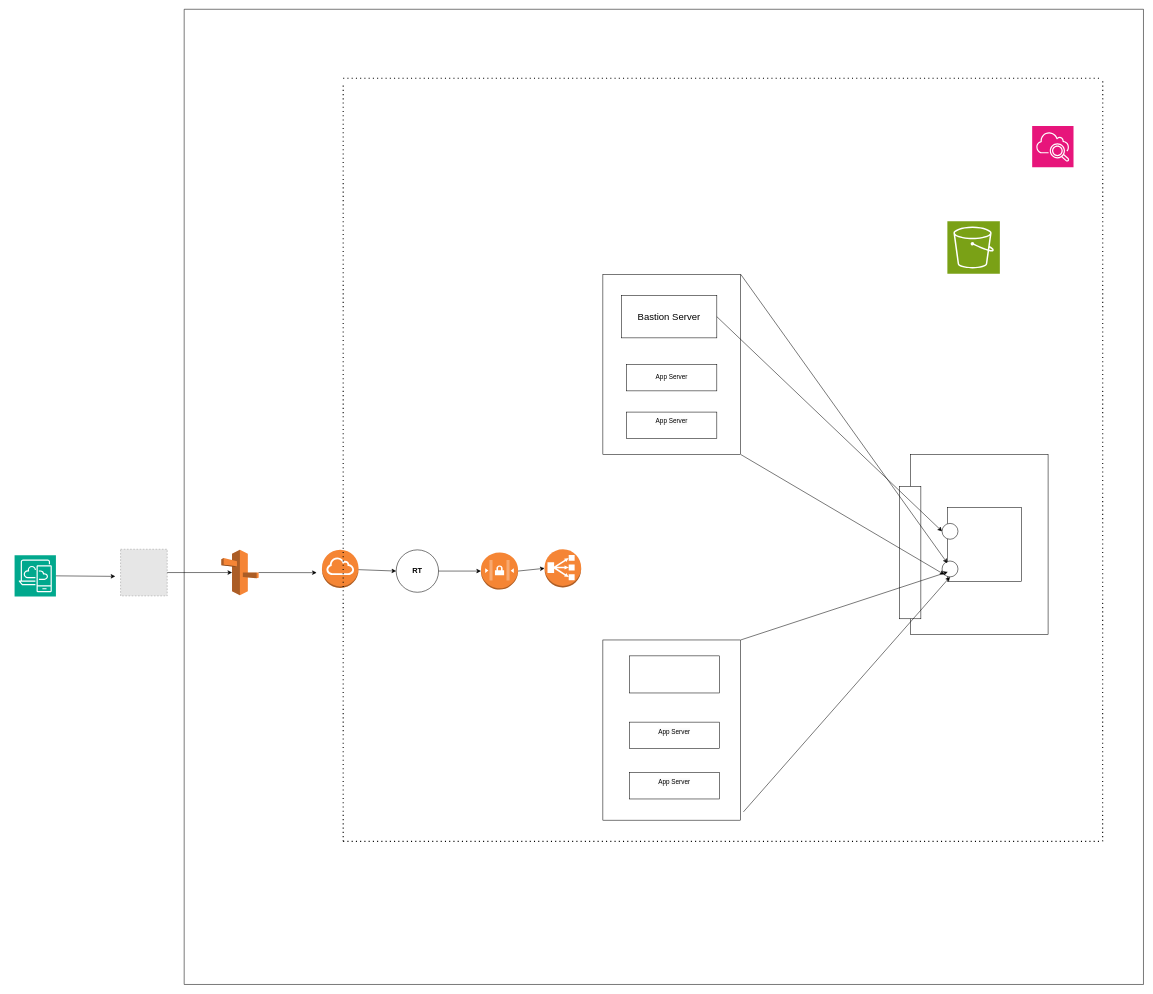
The draw.io diagram VPC Configuration.drawio in Saurav1805/Sushant, before the edit. Source tidied: cells renumbered, new cells numbered last; positions are measured from the earlier drawing's top-left corner, leaving out a move shared by most shapes. Both pictures are drawn from the tidied source at 53%, with x=0, y=0 at pixel (14, 9). Pictures stored in the file or linked from it are replaced by grey dashed boxes.
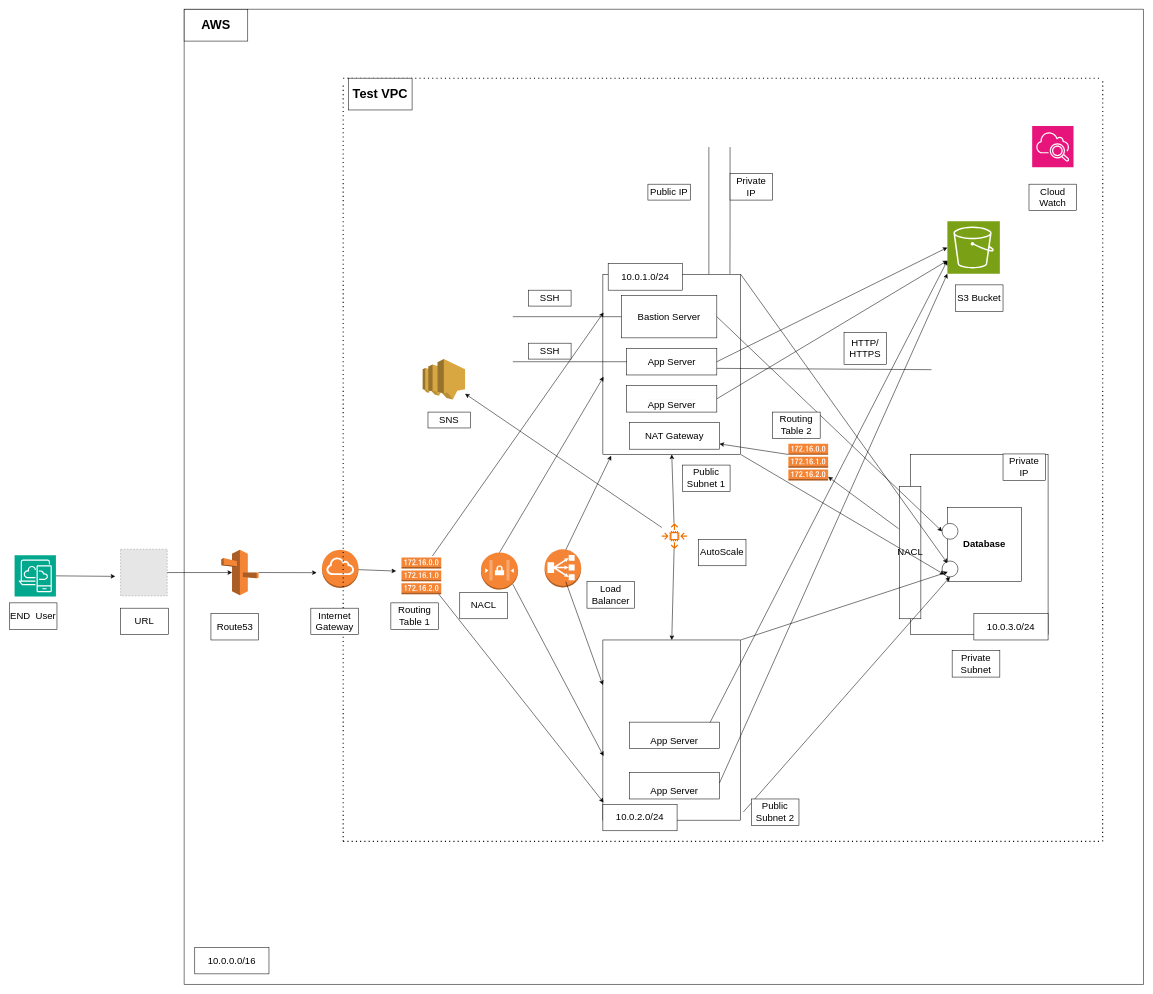
Above is the later version.

The change refers to these unchanged cells:
```xml
<mxCell id="5" style="outlineConnect=0;dashed=0;verticalLabelPosition=bottom;verticalAlign=top;align=center;html=1;shape=mxgraph.aws3.internet_gateway;fillColor=#F58534;gradientColor=none;" parent="1" vertex="1">
  <mxGeometry x="580" y="1020" width="69" height="72" as="geometry" />
</mxCell>
<mxCell id="9" style="outlineConnect=0;dashed=0;verticalLabelPosition=bottom;verticalAlign=top;align=center;html=1;shape=mxgraph.aws3.network_access_controllist;fillColor=#F58534;gradientColor=none;" parent="1" vertex="1">
  <mxGeometry x="880" y="1025" width="70" height="70" as="geometry" />
</mxCell>
<mxCell id="10" style="outlineConnect=0;dashed=0;verticalLabelPosition=bottom;verticalAlign=top;align=center;html=1;shape=mxgraph.aws3.classic_load_balancer;fillColor=#F58536;gradientColor=none;" parent="1" vertex="1">
  <mxGeometry x="1000" y="1018.8" width="69" height="72" as="geometry" />
</mxCell>
<mxCell id="11" style="rounded=0;whiteSpace=wrap;html=1;" parent="1" vertex="1">
  <mxGeometry x="1110" y="500" width="260" height="340" as="geometry" />
</mxCell>
<mxCell id="12" style="rounded=0;whiteSpace=wrap;html=1;" parent="1" vertex="1">
  <mxGeometry x="1110" y="1190" width="260" height="340" as="geometry" />
</mxCell>
<mxCell id="18" value="&lt;font style=&quot;font-size: 18px;&quot;&gt;Bastion Server&lt;/font&gt;" style="rounded=0;whiteSpace=wrap;html=1;" parent="1" vertex="1">
  <mxGeometry x="1145" y="540" width="180" height="80" as="geometry" />
</mxCell>
<mxCell id="23" style="sketch=0;points=[[0,0,0],[0.25,0,0],[0.5,0,0],[0.75,0,0],[1,0,0],[0,1,0],[0.25,1,0],[0.5,1,0],[0.75,1,0],[1,1,0],[0,0.25,0],[0,0.5,0],[0,0.75,0],[1,0.25,0],[1,0.5,0],[1,0.75,0]];outlineConnect=0;fontColor=#232F3E;fillColor=#7AA116;strokeColor=#ffffff;dashed=0;verticalLabelPosition=bottom;verticalAlign=top;align=center;html=1;fontSize=12;fontStyle=0;shape=mxgraph.aws4.resourceIcon;resIcon=mxgraph.aws4.s3;" parent="1" vertex="1">
  <mxGeometry x="1760" y="400" width="99" height="99" as="geometry" />
</mxCell>
```

Diff of the diagram source:
```diff
@@
-    <mxCell id="8" value="&lt;b&gt;&lt;font style=&quot;font-size: 14px;&quot;&gt;RT&lt;/font&gt;&lt;/b&gt;" style="ellipse;whiteSpace=wrap;html=1;" parent="1" vertex="1">
-      <mxGeometry x="720" y="1020" width="80" height="80" as="geometry" />
-    </mxCell>
@@
-    <mxCell id="13" style="rounded=0;whiteSpace=wrap;html=1;" parent="1" vertex="1">
-      <mxGeometry x="1160" y="1220" width="170" height="70" as="geometry" />
-    </mxCell>
-    <mxCell id="14" value="&#10;&lt;span style=&quot;color: rgb(0, 0, 0); font-family: Helvetica; font-size: 12px; font-style: normal; font-variant-ligatures: normal; font-variant-caps: normal; font-weight: 400; letter-spacing: normal; orphans: 2; text-align: center; text-indent: 0px; text-transform: none; widows: 2; word-spacing: 0px; -webkit-text-stroke-width: 0px; background-color: rgb(251, 251, 251); text-decoration-thickness: initial; text-decoration-style: initial; text-decoration-color: initial; float: none; display: inline !important;&quot;&gt;App Server&lt;/span&gt;&#10;&#10;" style="rounded=0;whiteSpace=wrap;html=1;" parent="1" vertex="1">
+    <mxCell id="14" value="&lt;font style=&quot;font-size: 18px;&quot;&gt;&lt;br&gt;&lt;span style=&quot;color: rgb(0, 0, 0); font-family: Helvetica; font-style: normal; font-variant-ligatures: normal; font-variant-caps: normal; font-weight: 400; letter-spacing: normal; orphans: 2; text-align: center; text-indent: 0px; text-transform: none; widows: 2; word-spacing: 0px; -webkit-text-stroke-width: 0px; background-color: rgb(251, 251, 251); text-decoration-thickness: initial; text-decoration-style: initial; text-decoration-color: initial; float: none; display: inline !important;&quot;&gt;App Server&lt;/span&gt;&lt;br&gt;&lt;/font&gt;" style="rounded=0;whiteSpace=wrap;html=1;" parent="1" vertex="1">
       <mxGeometry x="1160" y="1345" width="170" height="50" as="geometry" />
     </mxCell>
-    <mxCell id="15" value="&#10;&lt;span style=&quot;color: rgb(0, 0, 0); font-family: Helvetica; font-size: 12px; font-style: normal; font-variant-ligatures: normal; font-variant-caps: normal; font-weight: 400; letter-spacing: normal; orphans: 2; text-align: center; text-indent: 0px; text-transform: none; widows: 2; word-spacing: 0px; -webkit-text-stroke-width: 0px; background-color: rgb(251, 251, 251); text-decoration-thickness: initial; text-decoration-style: initial; text-decoration-color: initial; float: none; display: inline !important;&quot;&gt;App Server&lt;/span&gt;&#10;&#10;" style="rounded=0;whiteSpace=wrap;html=1;" parent="1" vertex="1">
+    <mxCell id="15" value="&lt;font style=&quot;font-size: 18px;&quot;&gt;&lt;br&gt;&lt;span style=&quot;color: rgb(0, 0, 0); font-family: Helvetica; font-style: normal; font-variant-ligatures: normal; font-variant-caps: normal; font-weight: 400; letter-spacing: normal; orphans: 2; text-align: center; text-indent: 0px; text-transform: none; widows: 2; word-spacing: 0px; -webkit-text-stroke-width: 0px; background-color: rgb(251, 251, 251); text-decoration-thickness: initial; text-decoration-style: initial; text-decoration-color: initial; float: none; display: inline !important;&quot;&gt;App Server&lt;/span&gt;&lt;br&gt;&lt;/font&gt;" style="rounded=0;whiteSpace=wrap;html=1;" parent="1" vertex="1">
       <mxGeometry x="1160" y="1440" width="170" height="50" as="geometry" />
     </mxCell>
-    <mxCell id="16" value="&#10;&lt;span style=&quot;color: rgb(0, 0, 0); font-family: Helvetica; font-size: 12px; font-style: normal; font-variant-ligatures: normal; font-variant-caps: normal; font-weight: 400; letter-spacing: normal; orphans: 2; text-align: center; text-indent: 0px; text-transform: none; widows: 2; word-spacing: 0px; -webkit-text-stroke-width: 0px; background-color: rgb(251, 251, 251); text-decoration-thickness: initial; text-decoration-style: initial; text-decoration-color: initial; float: none; display: inline !important;&quot;&gt;App Server&lt;/span&gt;&#10;&#10;" style="rounded=0;whiteSpace=wrap;html=1;" parent="1" vertex="1">
-      <mxGeometry x="1155" y="760" width="170" height="50" as="geometry" />
+    <mxCell id="16" value="&lt;font style=&quot;font-size: 18px;&quot;&gt;&lt;br&gt;&lt;span style=&quot;color: rgb(0, 0, 0); font-family: Helvetica; font-style: normal; font-variant-ligatures: normal; font-variant-caps: normal; font-weight: 400; letter-spacing: normal; orphans: 2; text-align: center; text-indent: 0px; text-transform: none; widows: 2; word-spacing: 0px; -webkit-text-stroke-width: 0px; background-color: rgb(251, 251, 251); text-decoration-thickness: initial; text-decoration-style: initial; text-decoration-color: initial; float: none; display: inline !important;&quot;&gt;App Server&lt;/span&gt;&lt;br&gt;&lt;/font&gt;" style="rounded=0;whiteSpace=wrap;html=1;" parent="1" vertex="1">
+      <mxGeometry x="1155" y="710" width="170" height="50" as="geometry" />
     </mxCell>
-    <mxCell id="17" value="App Server" style="rounded=0;whiteSpace=wrap;html=1;" parent="1" vertex="1">
-      <mxGeometry x="1155" y="670" width="170" height="50" as="geometry" />
+    <mxCell id="17" value="&lt;font style=&quot;font-size: 18px;&quot;&gt;App Server&lt;/font&gt;" style="rounded=0;whiteSpace=wrap;html=1;" parent="1" vertex="1">
+      <mxGeometry x="1155" y="640" width="170" height="50" as="geometry" />
     </mxCell>
@@
-    <mxCell id="20" style="whiteSpace=wrap;html=1;" parent="1" vertex="1">
+    <mxCell id="20" value="&lt;font style=&quot;font-size: 18px;&quot;&gt;&lt;b&gt;Database&lt;/b&gt;&lt;/font&gt;" style="whiteSpace=wrap;html=1;" parent="1" vertex="1">
       <mxGeometry x="1760" y="940" width="140" height="140" as="geometry" />
     </mxCell>
@@
-    <mxCell id="31" style="rounded=0;whiteSpace=wrap;html=1;" parent="1" vertex="1">
+    <mxCell id="31" value="&lt;font style=&quot;font-size: 18px;&quot;&gt;NACL&lt;/font&gt;" style="rounded=0;whiteSpace=wrap;html=1;" parent="1" vertex="1">
       <mxGeometry x="1670" y="900" width="40" height="250" as="geometry" />
     </mxCell>
@@
-    <mxCell id="40" style="endArrow=classic;html=1;rounded=0;entryX=0;entryY=0.5;entryDx=0;entryDy=0;" parent="1" edge="1" source="5" target="8">
-      <mxGeometry relative="1" as="geometry" />
+    <mxCell id="40" style="endArrow=classic;html=1;rounded=0;entryX=0;entryY=0.5;entryDx=0;entryDy=0;" parent="1" edge="1" source="5">
+      <mxGeometry relative="1" as="geometry">
+        <mxPoint x="720" y="1060" as="targetPoint" />
+      </mxGeometry>
     </mxCell>
-    <mxCell id="41" style="endArrow=classic;html=1;rounded=0;exitX=1;exitY=0.5;exitDx=0;exitDy=0;entryX=0;entryY=0.5;entryDx=0;entryDy=0;entryPerimeter=0;" parent="1" edge="1" source="8" target="9">
-      <mxGeometry relative="1" as="geometry" />
-    </mxCell>
-    <mxCell id="42" style="endArrow=classic;html=1;rounded=0;exitX=1;exitY=0.5;exitDx=0;exitDy=0;exitPerimeter=0;entryX=0;entryY=0.5;entryDx=0;entryDy=0;entryPerimeter=0;" parent="1" edge="1" source="9" target="10">
-      <mxGeometry relative="1" as="geometry" />
-    </mxCell>
+    <mxCell id="43" style="endArrow=classic;html=1;rounded=0;exitX=1;exitY=0;exitDx=0;exitDy=0;entryX=0.005;entryY=0.212;entryDx=0;entryDy=0;entryPerimeter=0;" parent="1" edge="1" target="11">
+      <mxGeometry relative="1" as="geometry">
+        <mxPoint x="788.3" y="1031.7" as="sourcePoint" />
+      </mxGeometry>
+    </mxCell>
+    <mxCell id="44" style="endArrow=classic;html=1;rounded=0;exitX=0.5;exitY=0;exitDx=0;exitDy=0;exitPerimeter=0;entryX=0.005;entryY=0.569;entryDx=0;entryDy=0;entryPerimeter=0;" parent="1" edge="1" source="9" target="11">
+      <mxGeometry relative="1" as="geometry" />
+    </mxCell>
+    <mxCell id="45" style="endArrow=classic;html=1;rounded=0;entryX=0.06;entryY=1.007;entryDx=0;entryDy=0;entryPerimeter=0;" parent="1" edge="1" target="11">
+      <mxGeometry relative="1" as="geometry">
+        <mxPoint x="1040" y="1020" as="sourcePoint" />
+      </mxGeometry>
+    </mxCell>
+    <mxCell id="46" style="endArrow=classic;html=1;rounded=0;exitX=1;exitY=1;exitDx=0;exitDy=0;entryX=0.005;entryY=0.902;entryDx=0;entryDy=0;entryPerimeter=0;" parent="1" edge="1" target="12">
+      <mxGeometry relative="1" as="geometry">
+        <mxPoint x="788.3" y="1088.3" as="sourcePoint" />
+      </mxGeometry>
+    </mxCell>
+    <mxCell id="47" style="endArrow=classic;html=1;rounded=0;entryX=0.005;entryY=0.644;entryDx=0;entryDy=0;entryPerimeter=0;exitX=0.855;exitY=0.85;exitDx=0;exitDy=0;exitPerimeter=0;" parent="1" edge="1" source="9" target="12">
+      <mxGeometry relative="1" as="geometry" />
+    </mxCell>
+    <mxCell id="48" style="endArrow=classic;html=1;rounded=0;entryX=0;entryY=0.25;entryDx=0;entryDy=0;" parent="1" edge="1" target="12">
+      <mxGeometry relative="1" as="geometry">
+        <mxPoint x="1040" y="1080" as="sourcePoint" />
+      </mxGeometry>
+    </mxCell>
+    <mxCell id="49" value="&lt;font style=&quot;font-size: 18px;&quot;&gt;NAT Gateway&lt;/font&gt;" style="rounded=0;whiteSpace=wrap;html=1;" parent="1" vertex="1">
+      <mxGeometry x="1160" y="780" width="170" height="50" as="geometry" />
+    </mxCell>
+    <mxCell id="50" value="&lt;font style=&quot;font-size: 18px;&quot;&gt;END&amp;nbsp; User&lt;/font&gt;" style="rounded=0;whiteSpace=wrap;html=1;" parent="1" vertex="1">
+      <mxGeometry x="-10" y="1120" width="90" height="50" as="geometry" />
+    </mxCell>
+    <mxCell id="51" value="&lt;span style=&quot;font-size: 18px;&quot;&gt;URL&lt;/span&gt;" style="rounded=0;whiteSpace=wrap;html=1;" parent="1" vertex="1">
+      <mxGeometry x="200" y="1130" width="90" height="50" as="geometry" />
+    </mxCell>
+    <mxCell id="52" value="&lt;span style=&quot;font-size: 18px;&quot;&gt;Route53&lt;/span&gt;" style="rounded=0;whiteSpace=wrap;html=1;" parent="1" vertex="1">
+      <mxGeometry x="370.5" y="1140" width="90" height="50" as="geometry" />
+    </mxCell>
+    <mxCell id="53" value="&lt;span style=&quot;font-size: 18px;&quot;&gt;Internet Gateway&lt;/span&gt;" style="rounded=0;whiteSpace=wrap;html=1;" parent="1" vertex="1">
+      <mxGeometry x="559" y="1130" width="90" height="50" as="geometry" />
+    </mxCell>
+    <mxCell id="54" value="&lt;span style=&quot;font-size: 18px;&quot;&gt;NACL&lt;/span&gt;" style="rounded=0;whiteSpace=wrap;html=1;" parent="1" vertex="1">
+      <mxGeometry x="840" y="1100" width="90" height="50" as="geometry" />
+    </mxCell>
+    <mxCell id="55" value="&lt;span style=&quot;font-size: 18px;&quot;&gt;Load Balancer&lt;/span&gt;" style="rounded=0;whiteSpace=wrap;html=1;" parent="1" vertex="1">
+      <mxGeometry x="1080" y="1080" width="90" height="50" as="geometry" />
+    </mxCell>
+    <mxCell id="56" value="&lt;span style=&quot;font-size: 18px;&quot;&gt;Routing Table 1&lt;/span&gt;" style="rounded=0;whiteSpace=wrap;html=1;" parent="1" vertex="1">
+      <mxGeometry x="710" y="1120" width="90" height="50" as="geometry" />
+    </mxCell>
+    <mxCell id="57" value="&lt;span style=&quot;font-size: 18px;&quot;&gt;Cloud Watch&lt;/span&gt;" style="rounded=0;whiteSpace=wrap;html=1;" parent="1" vertex="1">
+      <mxGeometry x="1914" y="330" width="90" height="50" as="geometry" />
+    </mxCell>
+    <mxCell id="58" value="&lt;span style=&quot;font-size: 18px;&quot;&gt;S3 Bucket&lt;/span&gt;" style="rounded=0;whiteSpace=wrap;html=1;" parent="1" vertex="1">
+      <mxGeometry x="1775" y="520" width="90" height="50" as="geometry" />
+    </mxCell>
+    <mxCell id="59" value="&lt;font style=&quot;font-size: 24px;&quot;&gt;&lt;b&gt;Test VPC&lt;/b&gt;&lt;/font&gt;" style="whiteSpace=wrap;html=1;" parent="1" vertex="1">
+      <mxGeometry x="630" y="130" width="120" height="60" as="geometry" />
+    </mxCell>
+    <mxCell id="60" value="&lt;font style=&quot;font-size: 24px;&quot;&gt;&lt;b&gt;AWS&lt;/b&gt;&lt;/font&gt;" style="whiteSpace=wrap;html=1;" parent="1" vertex="1">
+      <mxGeometry x="320" width="120" height="60" as="geometry" />
+    </mxCell>
+    <mxCell id="61" style="endArrow=classic;html=1;rounded=0;exitX=0;exitY=0.5;exitDx=0;exitDy=0;" parent="1" edge="1">
+      <mxGeometry relative="1" as="geometry">
+        <mxPoint x="1460" y="840" as="sourcePoint" />
+        <mxPoint x="1330" y="820" as="targetPoint" />
+        <Array as="points">
+          <mxPoint x="1330" y="820" />
+        </Array>
+      </mxGeometry>
+    </mxCell>
+    <mxCell id="62" style="sketch=0;outlineConnect=0;fontColor=#232F3E;gradientColor=none;fillColor=#ED7100;strokeColor=none;dashed=0;verticalLabelPosition=bottom;verticalAlign=top;align=center;html=1;fontSize=12;fontStyle=0;shape=mxgraph.aws4.auto_scaling2;" parent="1" vertex="1">
+      <mxGeometry x="1221" y="970" width="48" height="48" as="geometry" />
+    </mxCell>
+    <mxCell id="63" style="dashed=0;verticalLabelPosition=bottom;verticalAlign=top;align=center;html=1;shape=mxgraph.aws3.route_table;fillColor=#F58536;gradientColor=none;" parent="1" vertex="1">
+      <mxGeometry x="730" y="1034.5" width="75" height="69" as="geometry" />
+    </mxCell>
+    <mxCell id="64" style="outlineConnect=0;dashed=0;verticalLabelPosition=bottom;verticalAlign=top;align=center;html=1;shape=mxgraph.aws3.route_table;fillColor=#F58536;gradientColor=none;" parent="1" vertex="1">
+      <mxGeometry x="1460" y="820" width="75" height="69" as="geometry" />
+    </mxCell>
+    <mxCell id="65" style="endArrow=classic;html=1;rounded=0;exitX=-0.05;exitY=0.32;exitDx=0;exitDy=0;exitPerimeter=0;" parent="1" edge="1" source="31" target="64">
+      <mxGeometry relative="1" as="geometry" />
+    </mxCell>
+    <mxCell id="66" style="endArrow=classic;html=1;rounded=0;entryX=0.5;entryY=1;entryDx=0;entryDy=0;" parent="1" edge="1" source="62" target="11">
+      <mxGeometry relative="1" as="geometry" />
+    </mxCell>
+    <mxCell id="67" style="endArrow=classic;html=1;rounded=0;entryX=0.5;entryY=0;entryDx=0;entryDy=0;" parent="1" edge="1" source="62" target="12">
+      <mxGeometry relative="1" as="geometry" />
+    </mxCell>
+    <mxCell id="68" value="&lt;span style=&quot;font-size: 18px;&quot;&gt;AutoScale&lt;/span&gt;" style="rounded=0;whiteSpace=wrap;html=1;" parent="1" vertex="1">
+      <mxGeometry x="1290" y="1000" width="90" height="50" as="geometry" />
+    </mxCell>
+    <mxCell id="69" style="outlineConnect=0;dashed=0;verticalLabelPosition=bottom;verticalAlign=top;align=center;html=1;shape=mxgraph.aws3.sns;fillColor=#D9A741;gradientColor=none;" parent="1" vertex="1">
+      <mxGeometry x="770" y="660" width="80" height="76.5" as="geometry" />
+    </mxCell>
+    <mxCell id="70" style="endArrow=classic;html=1;rounded=0;" parent="1" edge="1" source="62" target="69">
+      <mxGeometry relative="1" as="geometry" />
+    </mxCell>
+    <mxCell id="71" value="&lt;font style=&quot;font-size: 18px;&quot;&gt;SNS&lt;/font&gt;" style="whiteSpace=wrap;html=1;" parent="1" vertex="1">
+      <mxGeometry x="780" y="760" width="80" height="30" as="geometry" />
+    </mxCell>
+    <mxCell id="72" value="&lt;span style=&quot;font-size: 18px;&quot;&gt;Routing Table 2&lt;/span&gt;" style="rounded=0;whiteSpace=wrap;html=1;" parent="1" vertex="1">
+      <mxGeometry x="1430" y="760" width="90" height="50" as="geometry" />
+    </mxCell>
+    <mxCell id="73" value="&lt;span style=&quot;font-size: 18px;&quot;&gt;Public Subnet 2&lt;/span&gt;" style="rounded=0;whiteSpace=wrap;html=1;" parent="1" vertex="1">
+      <mxGeometry x="1390" y="1490" width="90" height="50" as="geometry" />
+    </mxCell>
+    <mxCell id="74" value="&lt;span style=&quot;font-size: 18px;&quot;&gt;Public Subnet 1&lt;/span&gt;" style="rounded=0;whiteSpace=wrap;html=1;" parent="1" vertex="1">
+      <mxGeometry x="1260" y="860" width="90" height="50" as="geometry" />
+    </mxCell>
+    <mxCell id="75" value="&lt;span style=&quot;font-size: 18px;&quot;&gt;Private Subnet&lt;/span&gt;" style="rounded=0;whiteSpace=wrap;html=1;" parent="1" vertex="1">
+      <mxGeometry x="1769" y="1210" width="90" height="50" as="geometry" />
+    </mxCell>
+    <mxCell id="76" style="endArrow=none;html=1;rounded=0;entryX=0;entryY=0.5;entryDx=0;entryDy=0;" parent="1" edge="1" target="18">
+      <mxGeometry relative="1" as="geometry">
+        <mxPoint x="940" y="580" as="sourcePoint" />
+      </mxGeometry>
+    </mxCell>
+    <mxCell id="77" value="&lt;font style=&quot;font-size: 18px;&quot;&gt;SSH&lt;/font&gt;" style="whiteSpace=wrap;html=1;" parent="1" vertex="1">
+      <mxGeometry x="970" y="530" width="80" height="30" as="geometry" />
+    </mxCell>
+    <mxCell id="78" style="endArrow=none;html=1;rounded=0;entryX=0;entryY=0.5;entryDx=0;entryDy=0;" parent="1" edge="1" target="17">
+      <mxGeometry relative="1" as="geometry">
+        <mxPoint x="940" y="665" as="sourcePoint" />
+      </mxGeometry>
+    </mxCell>
+    <mxCell id="79" value="&lt;font style=&quot;font-size: 18px;&quot;&gt;SSH&lt;/font&gt;" style="whiteSpace=wrap;html=1;" parent="1" vertex="1">
+      <mxGeometry x="970" y="630" width="80" height="30" as="geometry" />
+    </mxCell>
+    <mxCell id="80" style="endArrow=none;html=1;rounded=0;entryX=1;entryY=0.75;entryDx=0;entryDy=0;" parent="1" edge="1" target="17">
+      <mxGeometry relative="1" as="geometry">
+        <mxPoint x="1730" y="680" as="sourcePoint" />
+      </mxGeometry>
+    </mxCell>
+    <mxCell id="81" value="&lt;font style=&quot;font-size: 18px;&quot;&gt;HTTP/&lt;br&gt;HTTPS&lt;/font&gt;" style="whiteSpace=wrap;html=1;" parent="1" vertex="1">
+      <mxGeometry x="1565" y="610" width="80" height="60" as="geometry" />
+    </mxCell>
+    <mxCell id="82" style="endArrow=classic;html=1;rounded=0;entryX=0;entryY=0.75;entryDx=0;entryDy=0;entryPerimeter=0;exitX=0.896;exitY=0.009;exitDx=0;exitDy=0;exitPerimeter=0;" parent="1" edge="1" source="14" target="23">
+      <mxGeometry relative="1" as="geometry" />
+    </mxCell>
+    <mxCell id="83" style="endArrow=classic;html=1;rounded=0;entryX=0;entryY=1;entryDx=0;entryDy=0;entryPerimeter=0;exitX=0.846;exitY=0.794;exitDx=0;exitDy=0;exitPerimeter=0;" parent="1" edge="1" source="12" target="23">
+      <mxGeometry relative="1" as="geometry" />
+    </mxCell>
+    <mxCell id="84" style="endArrow=classic;html=1;rounded=0;entryX=0;entryY=0.5;entryDx=0;entryDy=0;entryPerimeter=0;exitX=1;exitY=0.5;exitDx=0;exitDy=0;" parent="1" edge="1" source="17" target="23">
+      <mxGeometry relative="1" as="geometry" />
+    </mxCell>
+    <mxCell id="85" style="endArrow=classic;html=1;rounded=0;entryX=0;entryY=0.75;entryDx=0;entryDy=0;entryPerimeter=0;exitX=1;exitY=0.5;exitDx=0;exitDy=0;" parent="1" edge="1" source="16" target="23">
+      <mxGeometry relative="1" as="geometry" />
+    </mxCell>
+    <mxCell id="86" value="&lt;span style=&quot;font-size: 18px;&quot;&gt;10.0.0.0/16&lt;/span&gt;" style="rounded=0;whiteSpace=wrap;html=1;" parent="1" vertex="1">
+      <mxGeometry x="340" y="1770" width="140" height="50" as="geometry" />
+    </mxCell>
+    <mxCell id="87" value="&lt;span style=&quot;font-size: 18px;&quot;&gt;10.0.2.0/24&lt;/span&gt;" style="rounded=0;whiteSpace=wrap;html=1;" parent="1" vertex="1">
+      <mxGeometry x="1110" y="1500" width="140" height="50" as="geometry" />
+    </mxCell>
+    <mxCell id="88" value="&lt;span style=&quot;font-size: 18px;&quot;&gt;10.0.1.0/24&lt;/span&gt;" style="rounded=0;whiteSpace=wrap;html=1;" parent="1" vertex="1">
+      <mxGeometry x="1120" y="480" width="140" height="50" as="geometry" />
+    </mxCell>
+    <mxCell id="89" value="&lt;span style=&quot;font-size: 18px;&quot;&gt;10.0.3.0/24&lt;/span&gt;" style="rounded=0;whiteSpace=wrap;html=1;" parent="1" vertex="1">
+      <mxGeometry x="1810" y="1140" width="140" height="50" as="geometry" />
+    </mxCell>
+    <mxCell id="90" style="endArrow=none;html=1;rounded=0;" parent="1" edge="1">
+      <mxGeometry relative="1" as="geometry">
+        <mxPoint x="1310" y="500" as="sourcePoint" />
+        <mxPoint x="1310" y="260" as="targetPoint" />
+      </mxGeometry>
+    </mxCell>
+    <mxCell id="91" value="&lt;font style=&quot;font-size: 18px;&quot;&gt;Public IP&lt;/font&gt;" style="whiteSpace=wrap;html=1;" parent="1" vertex="1">
+      <mxGeometry x="1195" y="330" width="80" height="30" as="geometry" />
+    </mxCell>
+    <mxCell id="92" style="endArrow=none;html=1;rounded=0;exitX=0.922;exitY=-0.002;exitDx=0;exitDy=0;exitPerimeter=0;" parent="1" edge="1" source="11">
+      <mxGeometry relative="1" as="geometry">
+        <mxPoint x="1350" y="260" as="targetPoint" />
+        <Array as="points">
+          <mxPoint x="1350" y="410" />
+          <mxPoint x="1350" y="340" />
+          <mxPoint x="1350" y="260" />
+        </Array>
+      </mxGeometry>
+    </mxCell>
+    <mxCell id="93" value="&lt;font style=&quot;font-size: 18px;&quot;&gt;Private IP&lt;/font&gt;" style="whiteSpace=wrap;html=1;" parent="1" vertex="1">
+      <mxGeometry x="1350" y="310" width="80" height="50" as="geometry" />
+    </mxCell>
+    <mxCell id="94" value="&lt;font style=&quot;font-size: 18px;&quot;&gt;Private IP&lt;/font&gt;" style="whiteSpace=wrap;html=1;" parent="1" vertex="1">
+      <mxGeometry x="1865" y="839" width="80" height="50" as="geometry" />
+    </mxCell>
```
